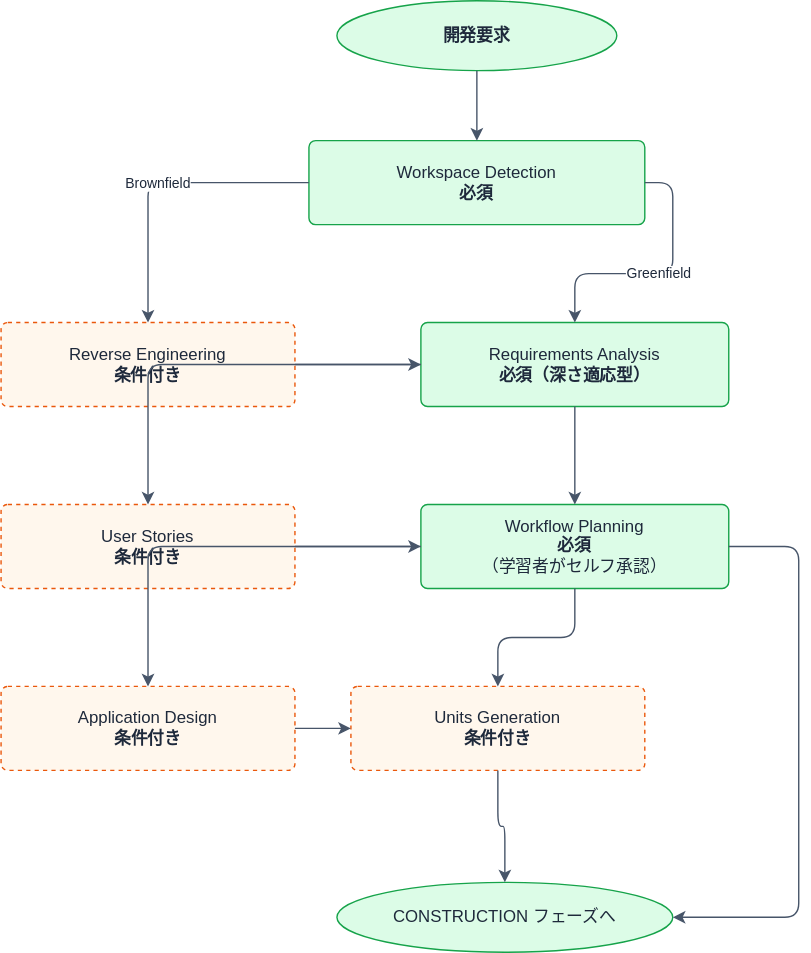
Above: Docs/diagrams/guide/dev-workflow-inception.drawio.svg in CHS-Training-Org/ai_training_for_chuo_system (draw.io), before the change. Source tidied: cells renumbered, new cells last; positions are measured from the earlier drawing's top-left corner, leaving out a move shared by most shapes.
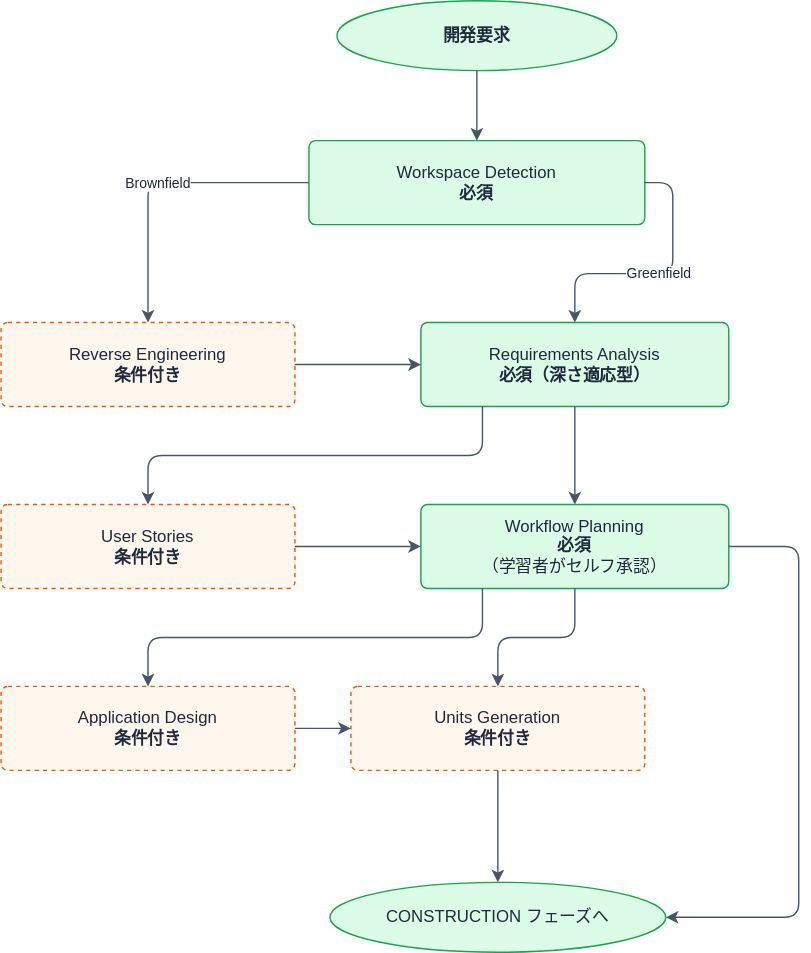
After the change.

Commit message:
fix(diagrams): INCEPTIONフェーズ図のエッジ配置を調整

Requirements Analysis→User Stories、Workflow Planning→Application Designのエッジにwaypointsを追加し、他ノードと重ならないルートに修正。

Diff of the diagram source:
```diff
@@ -27,7 +27,7 @@
       <mxGeometry x="250" y="490" width="210" height="60" as="geometry" />
     </mxCell>
     <mxCell id="10" value="CONSTRUCTION フェーズへ" style="ellipse;whiteSpace=wrap;html=1;fillColor=#DCFCE7;strokeColor=#16A34A;fontColor=#1E293B;" parent="1" vertex="1">
-      <mxGeometry x="240" y="630" width="240" height="50" as="geometry" />
+      <mxGeometry x="235" y="630" width="240" height="50" as="geometry" />
     </mxCell>
     <mxCell id="11" style="edgeStyle=orthogonalEdgeStyle;rounded=1;jettySize=auto;html=1;strokeColor=#475569;" parent="1" edge="1" source="2" target="3">
       <mxGeometry relative="1" as="geometry" />
@@ -41,8 +41,13 @@
     <mxCell id="14" style="edgeStyle=orthogonalEdgeStyle;rounded=1;jettySize=auto;html=1;strokeColor=#475569;exitX=1;exitY=0.5;exitDx=0;exitDy=0;entryX=0;entryY=0.5;entryDx=0;entryDy=0;" parent="1" edge="1" source="4" target="5">
       <mxGeometry relative="1" as="geometry" />
     </mxCell>
-    <mxCell id="15" style="edgeStyle=orthogonalEdgeStyle;rounded=1;jettySize=auto;html=1;strokeColor=#475569;exitX=0;exitY=0.5;exitDx=0;exitDy=0;entryX=0.5;entryY=0;entryDx=0;entryDy=0;" parent="1" edge="1" source="5" target="6">
-      <mxGeometry relative="1" as="geometry" />
+    <mxCell id="15" style="edgeStyle=orthogonalEdgeStyle;rounded=1;jettySize=auto;html=1;strokeColor=#475569;exitX=0.2;exitY=1;exitDx=0;exitDy=0;entryX=0.5;entryY=0;entryDx=0;entryDy=0;" parent="1" edge="1" source="5" target="6">
+      <mxGeometry relative="1" as="geometry">
+        <Array as="points">
+          <mxPoint x="344" y="325" />
+          <mxPoint x="105" y="325" />
+        </Array>
+      </mxGeometry>
     </mxCell>
     <mxCell id="16" style="edgeStyle=orthogonalEdgeStyle;rounded=1;jettySize=auto;html=1;strokeColor=#475569;exitX=0.5;exitY=1;exitDx=0;exitDy=0;entryX=0.5;entryY=0;entryDx=0;entryDy=0;" parent="1" edge="1" source="5" target="7">
       <mxGeometry relative="1" as="geometry" />
@@ -50,8 +55,13 @@
     <mxCell id="17" style="edgeStyle=orthogonalEdgeStyle;rounded=1;jettySize=auto;html=1;strokeColor=#475569;exitX=1;exitY=0.5;exitDx=0;exitDy=0;entryX=0;entryY=0.5;entryDx=0;entryDy=0;" parent="1" edge="1" source="6" target="7">
       <mxGeometry relative="1" as="geometry" />
     </mxCell>
-    <mxCell id="18" style="edgeStyle=orthogonalEdgeStyle;rounded=1;jettySize=auto;html=1;strokeColor=#475569;exitX=0;exitY=0.5;exitDx=0;exitDy=0;entryX=0.5;entryY=0;entryDx=0;entryDy=0;" parent="1" edge="1" source="7" target="8">
-      <mxGeometry relative="1" as="geometry" />
+    <mxCell id="18" style="edgeStyle=orthogonalEdgeStyle;rounded=1;jettySize=auto;html=1;strokeColor=#475569;exitX=0.2;exitY=1;exitDx=0;exitDy=0;entryX=0.5;entryY=0;entryDx=0;entryDy=0;" parent="1" edge="1" source="7" target="8">
+      <mxGeometry relative="1" as="geometry">
+        <Array as="points">
+          <mxPoint x="344" y="455" />
+          <mxPoint x="105" y="455" />
+        </Array>
+      </mxGeometry>
     </mxCell>
     <mxCell id="19" style="edgeStyle=orthogonalEdgeStyle;rounded=1;jettySize=auto;html=1;strokeColor=#475569;exitX=0.5;exitY=1;exitDx=0;exitDy=0;entryX=0.5;entryY=0;entryDx=0;entryDy=0;" parent="1" edge="1" source="7" target="9">
       <mxGeometry relative="1" as="geometry" />
```
